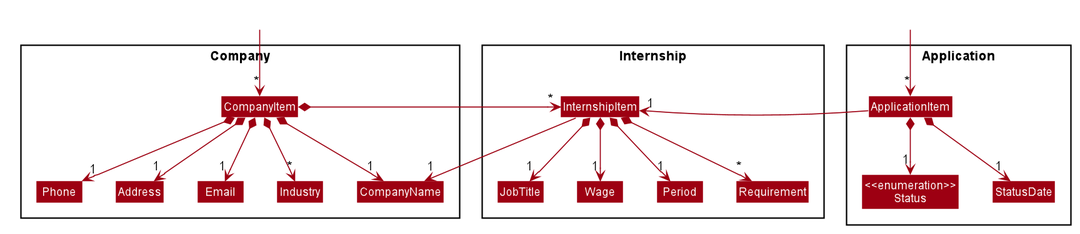
The PlantUML diagram docs/images/dg-model/CompanyInternshipApplicationClassDiagram.png in shawn-nyk/tp, before a commit.
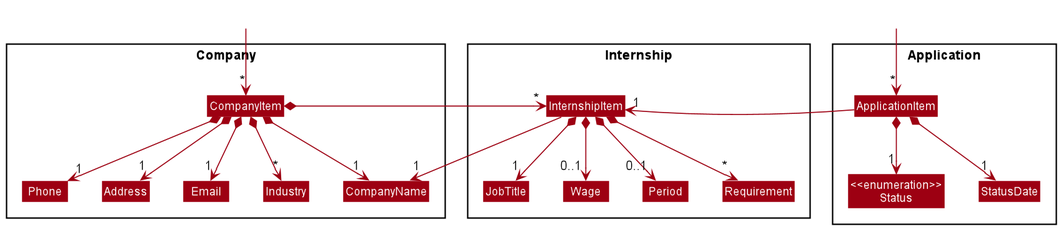
The same file after the commit.

What changed in the source:
```diff
@@ -1,55 +1,8 @@
 @startuml
-
-
-
-
-
-
-
-
-skinparam BackgroundColor #FFFFFFF
-
-skinparam Shadowing false
-
-skinparam Class {
-    FontColor #FFFFFF
-    BorderThickness 1
-    BorderColor #FFFFFF
-    StereotypeFontColor #FFFFFF
-    FontName Arial
-}
-
-skinparam Actor {
-    BorderColor #000000
-    Color #000000
-    FontName Arial
-}
-
-skinparam Sequence {
-    MessageAlign center
-    BoxFontSize 15
-    BoxPadding 0
-    BoxFontColor #FFFFFF
-    FontName Arial
-}
-
-skinparam Participant {
-    FontColor #FFFFFFF
-    Padding 20
-}
-
-skinparam MinClassWidth 50
-skinparam ParticipantPadding 10
-skinparam Shadowing false
-skinparam DefaultTextAlignment center
-skinparam packageStyle Rectangle
-
-hide footbox
-hide members
-hide circle
+!include style.puml
 skinparam arrowThickness 1.1
-skinparam arrowColor #9D0012
-skinparam classBackgroundColor #9D0012
+skinparam arrowColor MODEL_COLOR
+skinparam classBackgroundColor MODEL_COLOR
 
 Package Company\n <<Rectangle>>{
 Class CompanyItem
@@ -91,8 +44,8 @@
 
 InternshipItem --> "1" CompanyName
 InternshipItem *--> "1" JobTitle
-InternshipItem *--> "1" Wage
-InternshipItem *--> "1" Period
+InternshipItem *--> "0..1" Wage
+InternshipItem *--> "0..1" Period
 InternshipItem *--> "*" Requirement
 
 JobTitle -[hidden]right-> Wage
```
